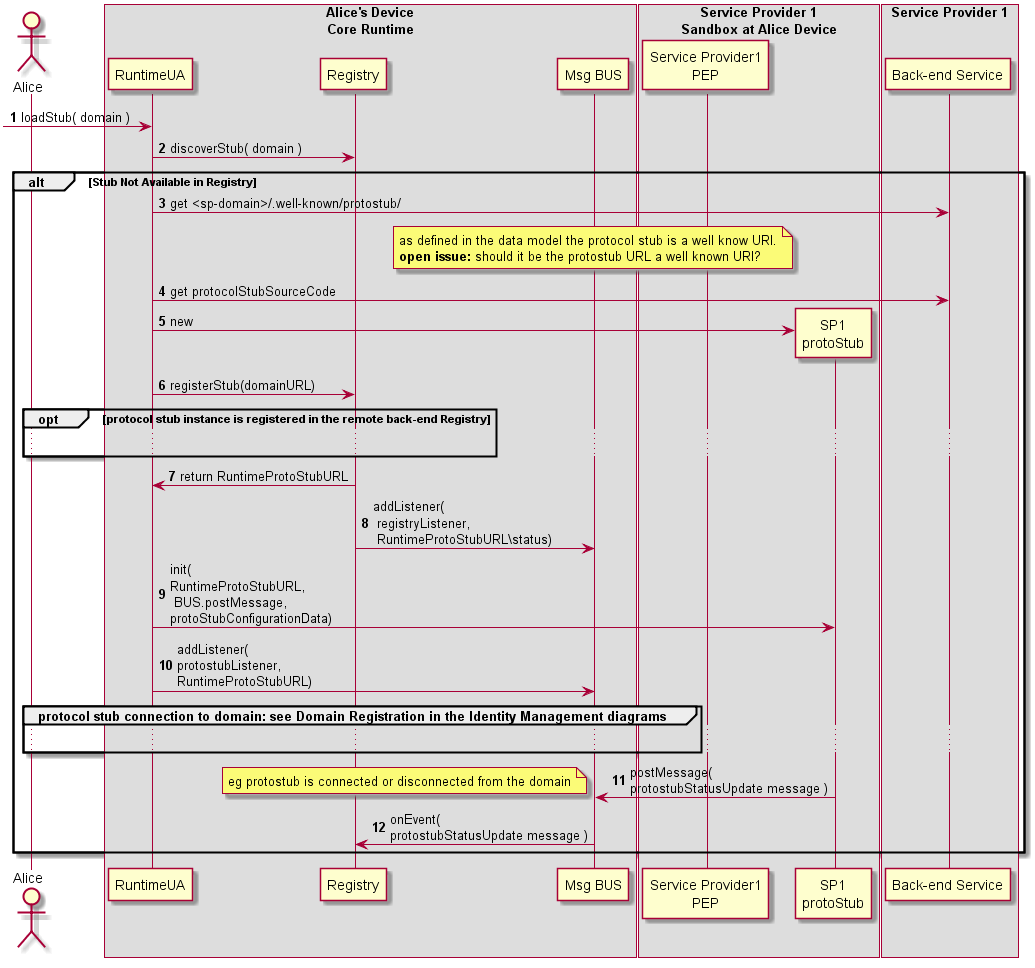
This is docs/specs/runtime/dynamic-view/basics/deploy-protostub.png from reTHINK-project/core-framework, a PlantUML export, as it was before one commit. Its source is kept beside it as docs/specs/runtime/dynamic-view/basics/deploy-protostub.plantuml.
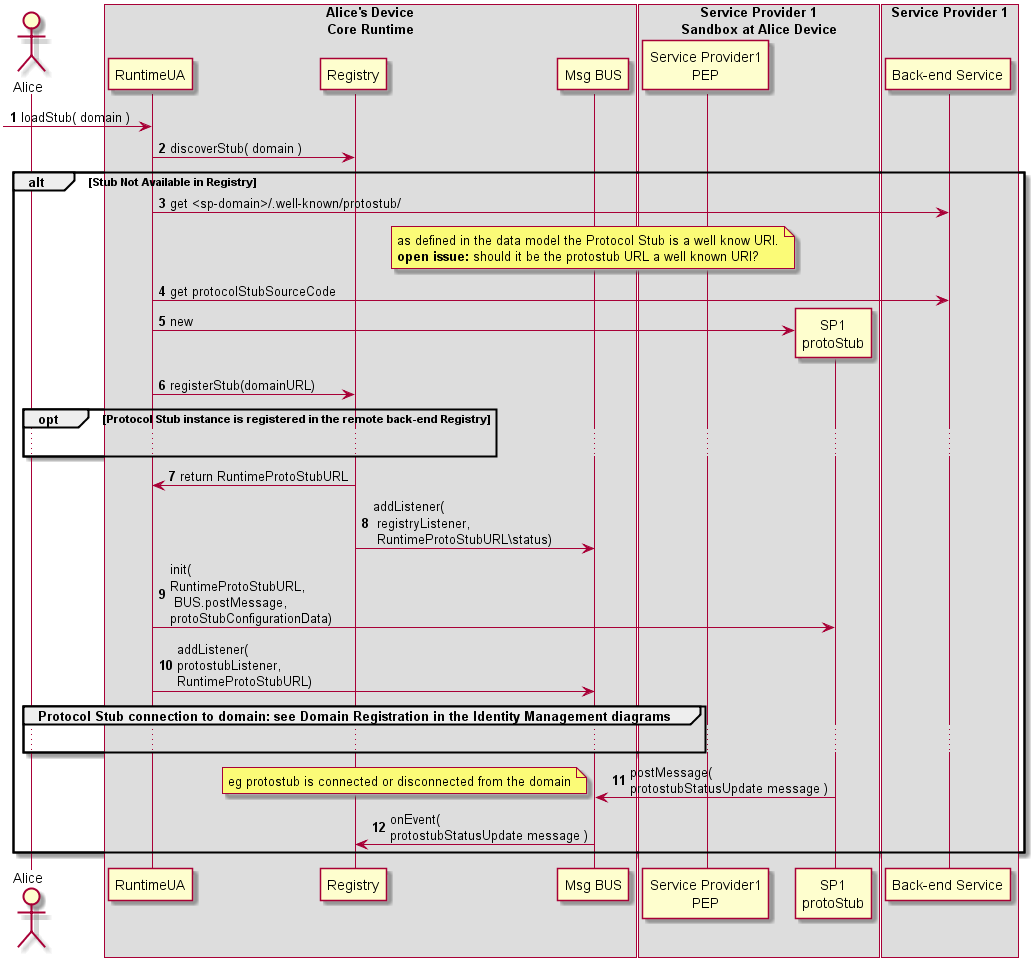
The same diagram one commit later.

The edit, as a diff of the source:
```diff
@@ -27,7 +27,7 @@
 	RunUA@A -> SP1 : get <sp-domain>/.well-known/protostub/
 
 		note over BUS@A
-			as defined in the data model the protocol stub is a well know URI.
+			as defined in the data model the Protocol Stub is a well know URI.
 			**open issue:** should it be the protostub URL a well known URI?
 		end note
 
@@ -38,7 +38,7 @@
 
 	RunUA@A -> RunReg@A : registerStub(domainURL)
 
-	opt protocol stub instance is registered in the remote back-end Registry
+	opt Protocol Stub instance is registered in the remote back-end Registry
 		...
 	end
 
@@ -50,7 +50,7 @@
 
 	BUS@A <- RunUA@A : addListener( \nprotostubListener, \nRuntimeProtoStubURL)
 
-	group protocol stub connection to domain: see Domain Registration in the Identity Management diagrams
+	group Protocol Stub connection to domain: see Domain Registration in the Identity Management diagrams
 
 	...
 
```
